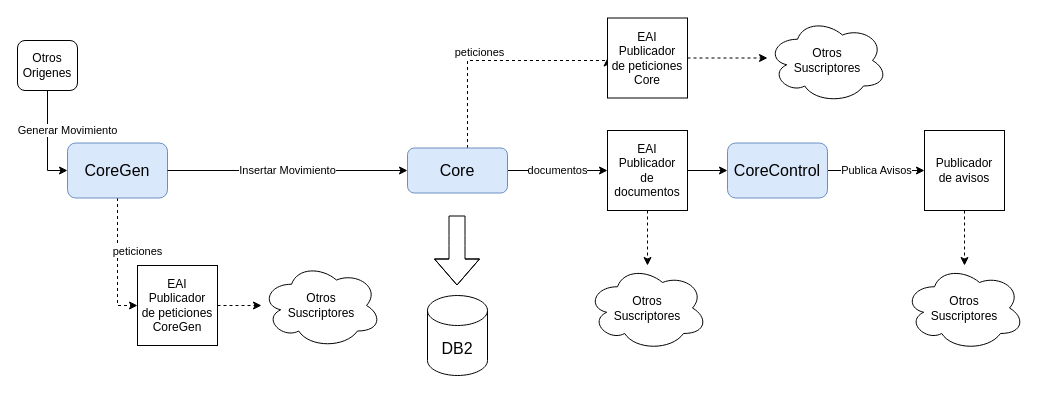
This is Untitled Diagram.drawio from FabrizzioRuiz/twitter, a draw.io file, before an edit. Source tidied: cells renumbered, new cells numbered last; positions are measured from the earlier drawing's top-left corner, leaving out a move shared by most shapes. Both pictures are drawn from the tidied source at 100%, with x=0, y=0 at pixel (17, 18).
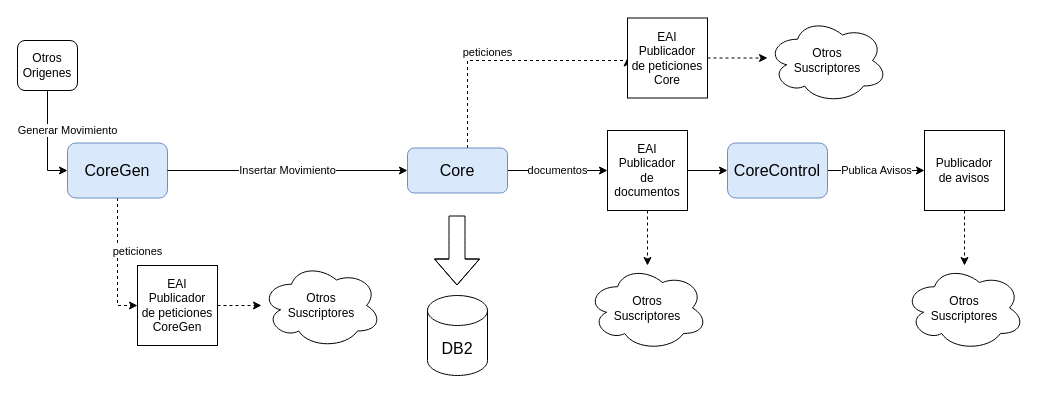
The same diagram, later.

The change refers to these unchanged cells:
```xml
<mxCell id="8" value="&lt;font style=&quot;font-size: 16px&quot;&gt;Core&lt;/font&gt;" style="whiteSpace=wrap;html=1;rounded=1;fillColor=#dae8fc;strokeColor=#6c8ebf;" parent="1" vertex="1">
  <mxGeometry x="390" y="129.5" width="100" height="45" as="geometry" />
</mxCell>
```

What changed in the source:
```diff
@@
-    <mxCell id="7" value="&lt;font style=&quot;font-size: 11px&quot;&gt;peticiones&lt;/font&gt;" style="edgeStyle=orthogonalEdgeStyle;rounded=0;jettySize=auto;html=1;entryX=0;entryY=0.5;entryDx=0;entryDy=0;dashed=1;fontSize=16;" parent="1" edge="1" source="8" target="25">
+    <mxCell id="7" value="&lt;font style=&quot;font-size: 11px&quot;&gt;peticiones&lt;/font&gt;" style="edgeStyle=orthogonalEdgeStyle;rounded=0;jettySize=auto;html=1;dashed=1;fontSize=16;entryX=0;entryY=0.5;entryDx=0;entryDy=0;" parent="1" edge="1" source="8" target="25">
       <mxGeometry x="-0.15" y="10" relative="1" as="geometry">
         <Array as="points">
           <mxPoint x="450" y="42" />
+          <mxPoint x="610" y="42" />
         </Array>
         <mxPoint x="1" as="offset" />
       </mxGeometry>
     </mxCell>
@@
     <mxCell id="25" value="EAI&lt;br&gt;Publicador&lt;br&gt;de peticiones&lt;br&gt;Core" style="whiteSpace=wrap;html=1;" parent="1" vertex="1">
-      <mxGeometry x="590" y="-0.5" width="80" height="80" as="geometry" />
+      <mxGeometry x="610" y="-0.5" width="80" height="80" as="geometry" />
     </mxCell>
```
